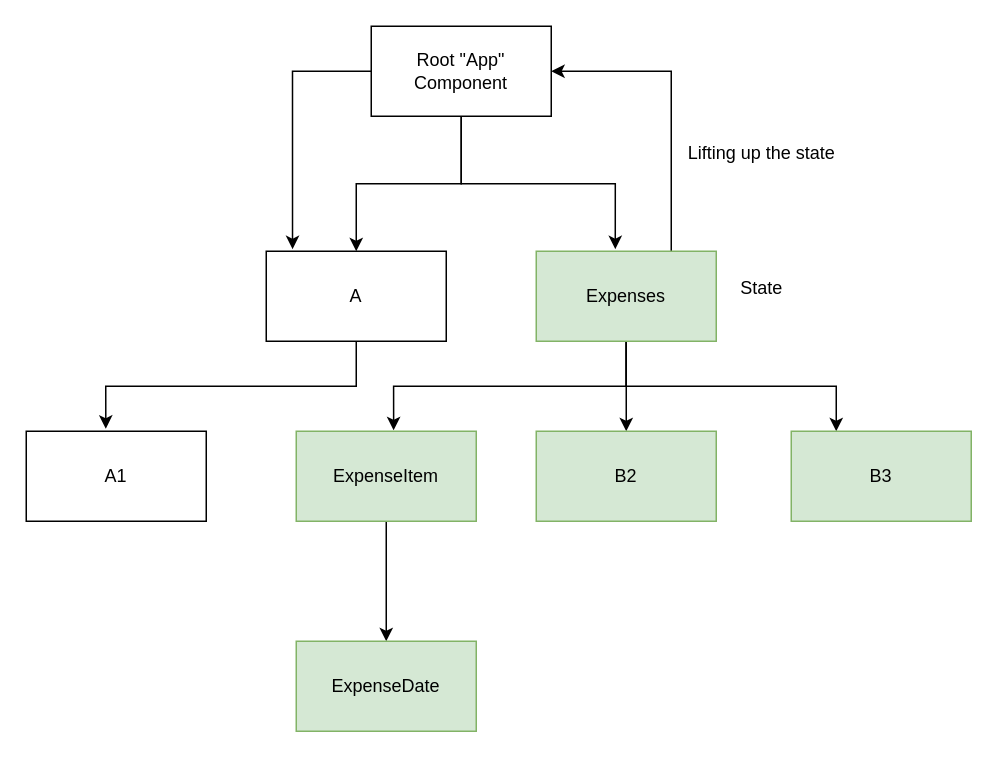
Above: page "Page-3" (3 of 3) of frontend.drawio in synergy2411/del-mar-23-react (draw.io), before the change. Source tidied: cells renumbered, new cells numbered last; positions are measured from the earlier drawing's top-left corner, leaving out a move shared by most shapes. Both pictures are drawn from the tidied source at 150%, with x=0, y=0 at pixel (26, 26).
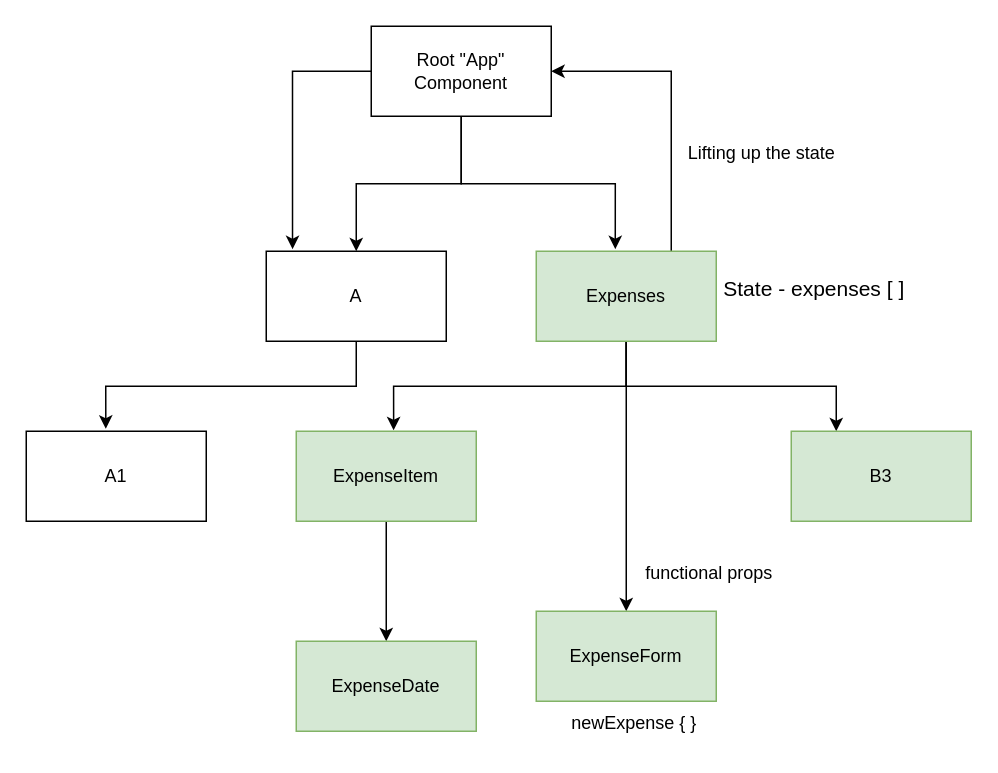
The same page after the edit.

Commit message (it also covers changes not shown here):
lifting the state up

Change to the diagram source:
```diff
@@
-    <mxCell id="16" value="B2" style="rounded=0;whiteSpace=wrap;html=1;fillColor=#d5e8d4;strokeColor=#82b366;" parent="1" vertex="1">
-      <mxGeometry x="340" y="270" width="120" height="60" as="geometry" />
+    <mxCell id="16" value="ExpenseForm" style="rounded=0;whiteSpace=wrap;html=1;fillColor=#d5e8d4;strokeColor=#82b366;" parent="1" vertex="1">
+      <mxGeometry x="340" y="390" width="120" height="60" as="geometry" />
     </mxCell>
@@
-    <mxCell id="18" value="State" style="text;html=1;align=center;verticalAlign=middle;strokeColor=none;fillColor=none;" parent="1" vertex="1">
-      <mxGeometry x="465" y="160" width="50" height="30" as="geometry" />
+    <mxCell id="18" value="State - expenses [ ]" style="text;html=1;align=center;verticalAlign=middle;strokeColor=none;fillColor=none;fontSize=14;" parent="1" vertex="1">
+      <mxGeometry x="455" y="160" width="140" height="30" as="geometry" />
     </mxCell>
@@
+    <mxCell id="21" value="newExpense { }" style="text;html=1;align=center;verticalAlign=middle;strokeColor=none;fillColor=none;" parent="1" vertex="1">
+      <mxGeometry x="350" y="450" width="110" height="30" as="geometry" />
+    </mxCell>
+    <mxCell id="22" value="functional props" style="text;html=1;align=center;verticalAlign=middle;strokeColor=none;fillColor=none;" parent="1" vertex="1">
+      <mxGeometry x="400" y="350" width="110" height="30" as="geometry" />
+    </mxCell>
```
